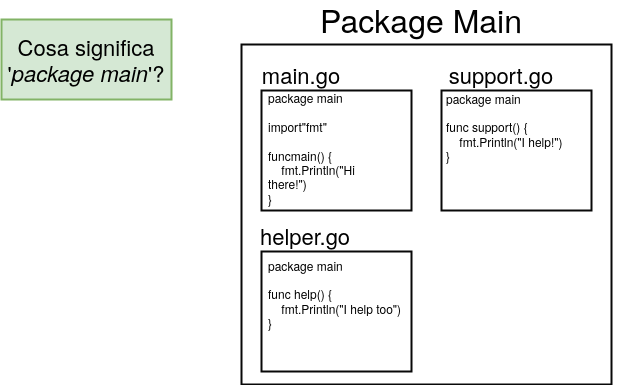
The draw.io diagram docs/go/assets/go-diagrams-01.png in handgull/Go-cookbook, before a commit. Source tidied: cells renumbered, new cells last; positions are measured from the earlier drawing's top-left corner, leaving out a move shared by most shapes.
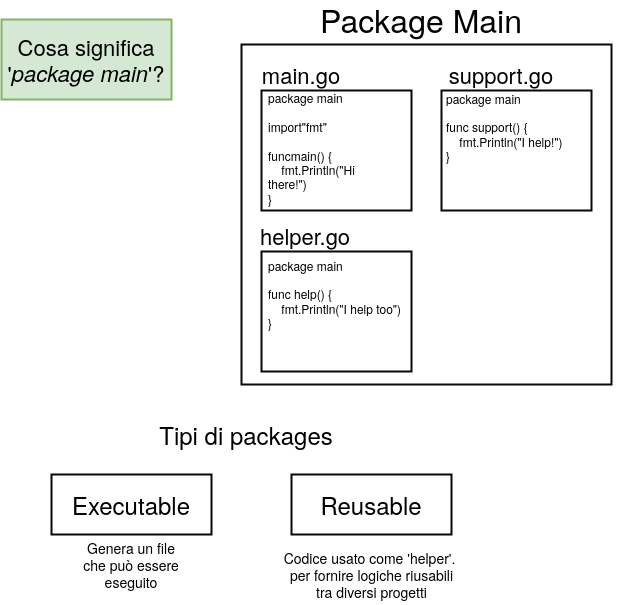
Later version of the same file.

The edit, as a diff of the source:
```diff
@@ -38,5 +38,20 @@
     <mxCell id="13" value="&lt;div&gt;&lt;span&gt;package&lt;/span&gt; main&lt;/div&gt;&lt;br&gt;&lt;div&gt;&lt;span&gt;func&amp;nbsp;&lt;/span&gt;&lt;span&gt;help&lt;/span&gt;() {&lt;/div&gt;&lt;div&gt;&amp;nbsp;&amp;nbsp;&amp;nbsp;&amp;nbsp;fmt.&lt;span&gt;Println&lt;/span&gt;(&lt;span&gt;&quot;I help too&quot;&lt;/span&gt;)&lt;/div&gt;&lt;div&gt;}&lt;/div&gt;&lt;br&gt;" style="text;html=1;strokeColor=none;fillColor=none;align=left;verticalAlign=middle;whiteSpace=wrap;rounded=0;shadow=0;labelBackgroundColor=none;fontSize=12;fontColor=#000000;" parent="1" vertex="1">
       <mxGeometry x="265" y="254" width="175" height="86" as="geometry" />
     </mxCell>
+    <mxCell id="14" value="Executable" style="rounded=0;whiteSpace=wrap;html=1;shadow=0;labelBackgroundColor=none;strokeColor=#080808;strokeWidth=2;fillColor=#ffffff;fontSize=24;fontColor=#000000;align=center;" parent="1" vertex="1">
+      <mxGeometry x="50" y="470" width="160" height="60" as="geometry" />
+    </mxCell>
+    <mxCell id="15" value="Reusable" style="rounded=0;whiteSpace=wrap;html=1;shadow=0;labelBackgroundColor=none;strokeColor=#080808;strokeWidth=2;fillColor=#ffffff;fontSize=24;fontColor=#000000;align=center;" parent="1" vertex="1">
+      <mxGeometry x="290" y="470" width="160" height="60" as="geometry" />
+    </mxCell>
+    <mxCell id="16" value="Genera un file che può essere eseguito" style="text;html=1;strokeColor=none;fillColor=none;align=center;verticalAlign=middle;whiteSpace=wrap;rounded=0;shadow=0;labelBackgroundColor=none;fontSize=14;fontColor=#000000;" parent="1" vertex="1">
+      <mxGeometry x="75" y="530" width="110" height="60" as="geometry" />
+    </mxCell>
+    <mxCell id="17" value="Tipi di packages" style="text;html=1;strokeColor=none;fillColor=none;align=center;verticalAlign=middle;whiteSpace=wrap;rounded=0;shadow=0;labelBackgroundColor=none;fontSize=24;fontColor=#000000;" parent="1" vertex="1">
+      <mxGeometry x="120" y="410" width="250" height="40" as="geometry" />
+    </mxCell>
+    <mxCell id="18" value="Codice usato come 'helper'.&amp;nbsp; per fornire logiche riusabili tra diversi progetti" style="text;html=1;strokeColor=none;fillColor=none;align=center;verticalAlign=middle;whiteSpace=wrap;rounded=0;shadow=0;labelBackgroundColor=none;fontSize=14;fontColor=#000000;" parent="1" vertex="1">
+      <mxGeometry x="278" y="540" width="185" height="60" as="geometry" />
+    </mxCell>
   </root>
 </mxGraphModel>
```
